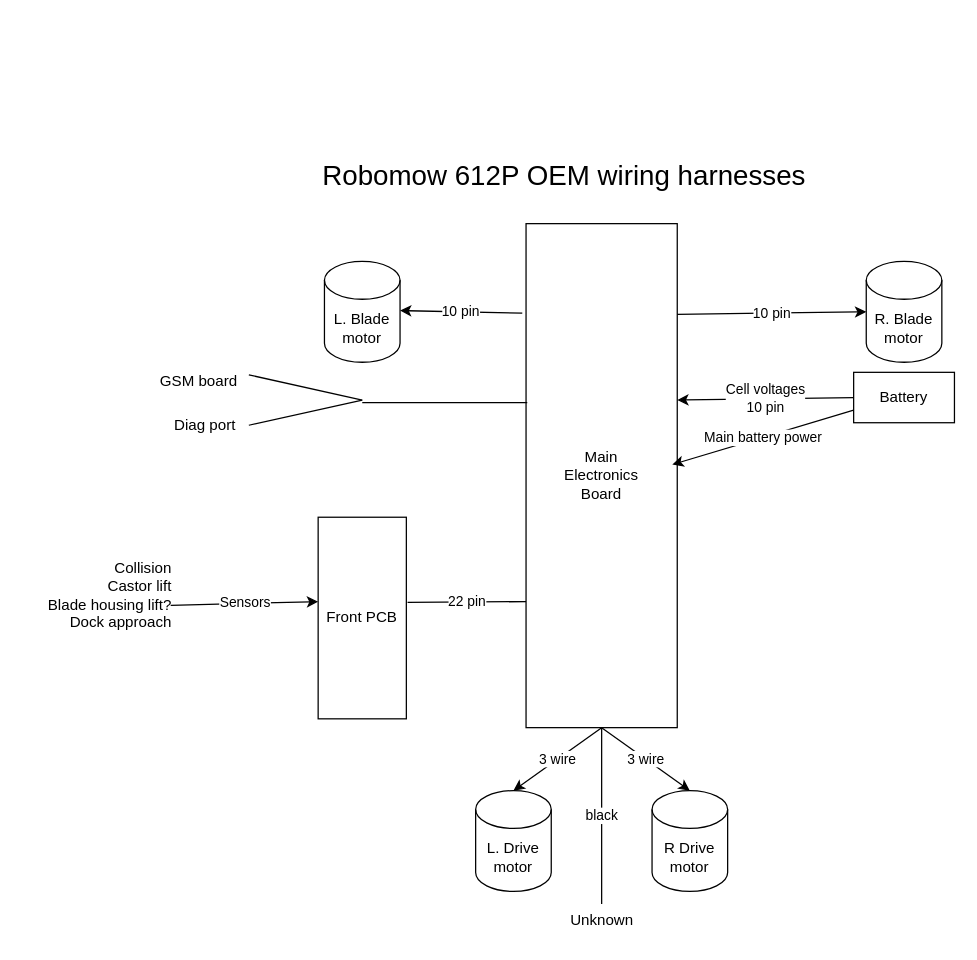
PaulBouchier/Robomow_612 keeps this draw.io diagram as docs/OEM wiring.drawio. Above is the earlier version. Source tidied: cells renumbered, new cells numbered last; positions are measured from the earlier drawing's top-left corner, leaving out a move shared by most shapes. Both pictures are drawn from the tidied source at 126%, with x=0, y=0 at pixel (21, 151).
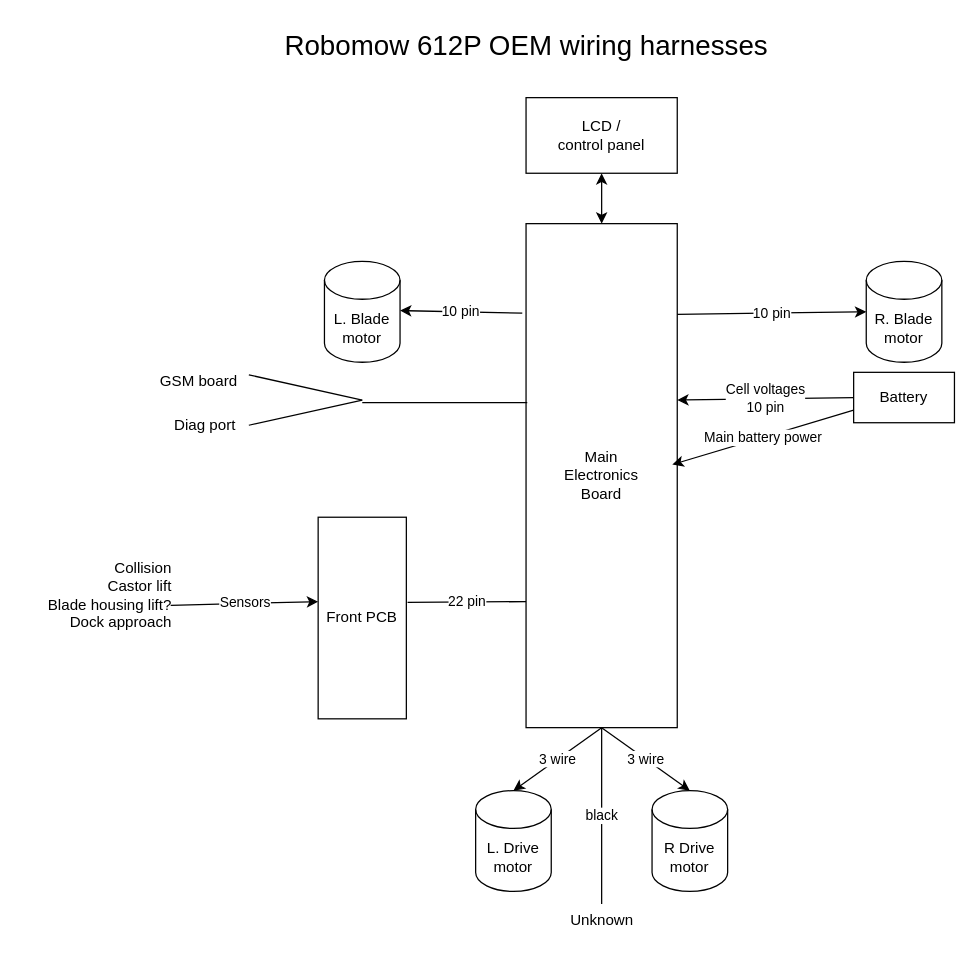
Above is the later version.

Unchanged cells that the change refers to:
```xml
<mxCell id="2" value="Main&lt;div&gt;Electronics&lt;/div&gt;&lt;div&gt;Board&lt;/div&gt;" style="rounded=0;whiteSpace=wrap;html=1;" parent="1" vertex="1">
  <mxGeometry x="400" y="57" width="120" height="400" as="geometry" />
</mxCell>
```

What changed in the source:
```diff
@@
     <mxCell id="25" value="&lt;font style=&quot;font-size: 22px;&quot;&gt;Robomow 612P OEM wiring harnesses&lt;/font&gt;" style="text;html=1;align=center;verticalAlign=middle;strokeColor=none;fillColor=none;" parent="1" vertex="1">
-      <mxGeometry x="225" width="410" height="40" as="geometry" />
+      <mxGeometry x="195" y="-103" width="410" height="40" as="geometry" />
     </mxCell>
+    <mxCell id="26" value="LCD /&lt;div&gt;control panel&lt;/div&gt;" style="rounded=0;whiteSpace=wrap;html=1;" parent="1" vertex="1">
+      <mxGeometry x="400" y="-43" width="120" height="60" as="geometry" />
+    </mxCell>
+    <mxCell id="27" style="endArrow=classic;startArrow=classic;html=1;rounded=0;exitX=0.5;exitY=0;exitDx=0;exitDy=0;entryX=0.5;entryY=1;entryDx=0;entryDy=0;" parent="1" edge="1" source="2" target="26">
+      <mxGeometry relative="1" as="geometry" />
+    </mxCell>
```
